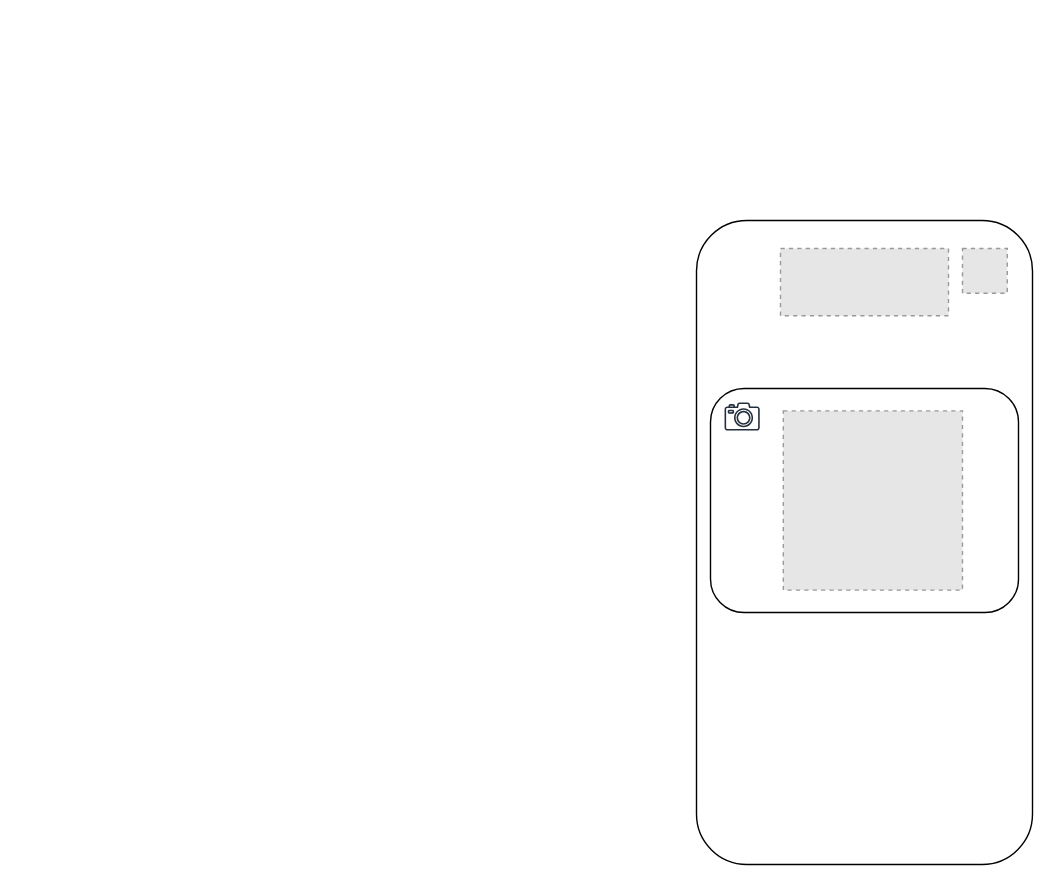
Before: page "QRScanScreen" (2 of 8) of System Design.drawio in Paul-Chrysis/QRoom-Controller, a draw.io diagram. Source tidied: cells renumbered, new cells numbered last; positions are measured from the earlier drawing's top-left corner, leaving out a move shared by most shapes. Both pictures are drawn from the tidied source at 140%, with x=0, y=0 at pixel (696, 220). Pictures stored in the file or linked from it are replaced by grey dashed boxes.
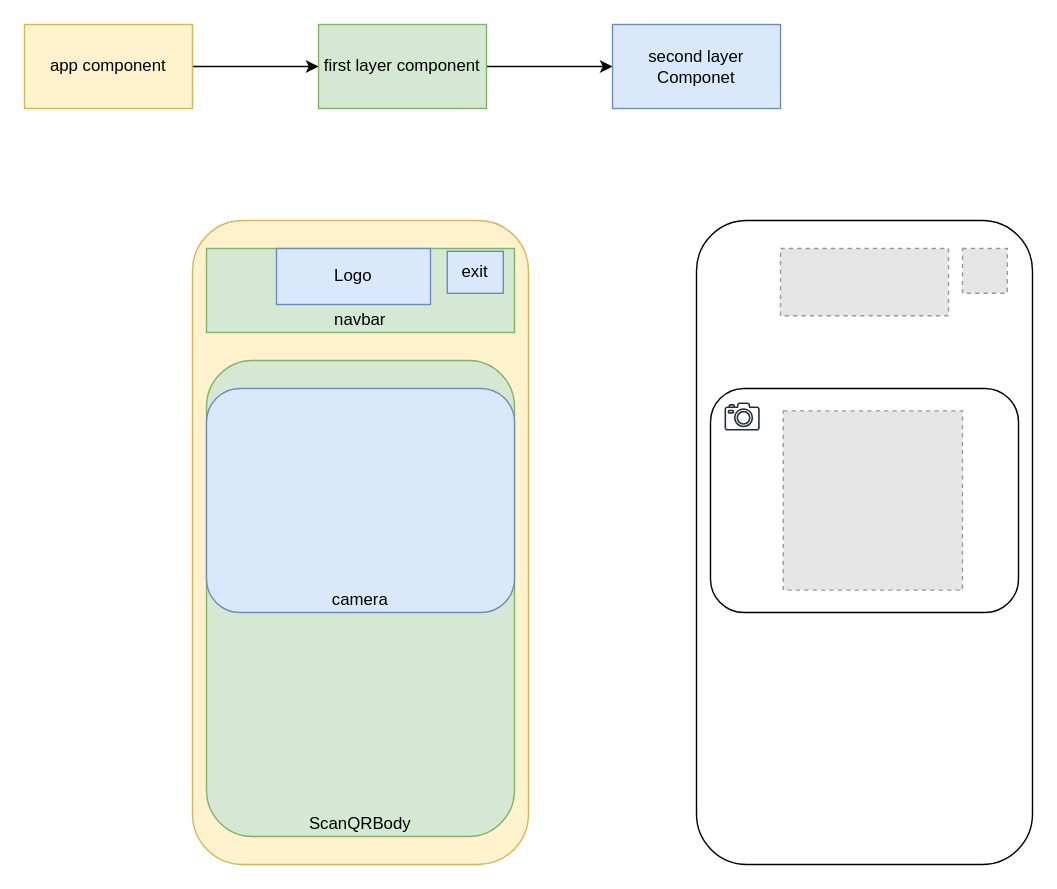
After the change.

Change to the diagram source:
```diff
@@
 <mxGraphModel>
   <root>
     <mxCell id="0" />
     <mxCell id="1" parent="0" />
     <mxCell id="2" style="rounded=1;whiteSpace=wrap;html=1;" parent="1" vertex="1">
       <mxGeometry width="240" height="460" as="geometry" />
     </mxCell>
     <mxCell id="3" style="rounded=1;whiteSpace=wrap;html=1;" parent="1" vertex="1">
       <mxGeometry x="10" y="120" width="220" height="160" as="geometry" />
     </mxCell>
     <mxCell id="4" style="fillColor=#E6E6E6;strokeColor=#999999;dashed=1;html=1;verticalAlign=top;verticalLabelPosition=bottom;labelBackgroundColor=#ffffff;" parent="1" vertex="1">
       <mxGeometry x="62" y="136" width="128" height="128" as="geometry" />
     </mxCell>
     <mxCell id="5" style="fillColor=#E6E6E6;strokeColor=#999999;dashed=1;html=1;verticalAlign=top;verticalLabelPosition=bottom;labelBackgroundColor=#ffffff;" parent="1" vertex="1">
       <mxGeometry x="190" y="20" width="32" height="32" as="geometry" />
     </mxCell>
     <mxCell id="6" style="sketch=0;fontColor=#232F3E;gradientColor=none;fillColor=#232F3D;strokeColor=none;dashed=0;verticalLabelPosition=bottom;verticalAlign=top;align=center;html=1;fontSize=12;fontStyle=0;shape=mxgraph.aws4.camera2;" parent="1" vertex="1">
       <mxGeometry x="20" y="130" width="25.2" height="20" as="geometry" />
     </mxCell>
     <mxCell id="7" style="fillColor=#E6E6E6;strokeColor=#999999;dashed=1;verticalLabelPosition=bottom;labelBackgroundColor=default;verticalAlign=top;" parent="1" vertex="1">
       <mxGeometry x="60" y="20" width="120" height="48" as="geometry" />
     </mxCell>
+    <mxCell id="8" style="rounded=1;whiteSpace=wrap;html=1;fillColor=#fff2cc;strokeColor=#d6b656;" parent="1" vertex="1">
+      <mxGeometry x="-360" width="240" height="460" as="geometry" />
+    </mxCell>
+    <mxCell id="9" value="ScanQRBody" style="rounded=1;whiteSpace=wrap;html=1;fillColor=#d5e8d4;strokeColor=#82b366;verticalAlign=bottom;" parent="1" vertex="1">
+      <mxGeometry x="-350" y="100" width="220" height="340" as="geometry" />
+    </mxCell>
+    <mxCell id="10" value="camera" style="rounded=1;whiteSpace=wrap;html=1;fillColor=#dae8fc;strokeColor=#6c8ebf;verticalAlign=bottom;" parent="1" vertex="1">
+      <mxGeometry x="-350" y="120" width="220" height="160" as="geometry" />
+    </mxCell>
+    <mxCell id="11" value="navbar" style="rounded=0;whiteSpace=wrap;html=1;fillColor=#d5e8d4;strokeColor=#82b366;verticalAlign=bottom;" parent="1" vertex="1">
+      <mxGeometry x="-350" y="20" width="220" height="60" as="geometry" />
+    </mxCell>
+    <mxCell id="12" value="exit" style="rounded=0;whiteSpace=wrap;html=1;fillColor=#dae8fc;strokeColor=#6c8ebf;" parent="1" vertex="1">
+      <mxGeometry x="-178" y="22" width="40" height="30" as="geometry" />
+    </mxCell>
+    <mxCell id="13" value="Logo" style="rounded=0;whiteSpace=wrap;html=1;fillColor=#dae8fc;strokeColor=#6c8ebf;" parent="1" vertex="1">
+      <mxGeometry x="-300" y="20" width="110" height="40" as="geometry" />
+    </mxCell>
+    <mxCell id="14" style="edgeStyle=orthogonalEdgeStyle;rounded=0;jettySize=auto;html=1;" parent="1" edge="1" source="15" target="16">
+      <mxGeometry relative="1" as="geometry" />
+    </mxCell>
+    <mxCell id="15" value="first layer component" style="rounded=0;whiteSpace=wrap;html=1;fillColor=#d5e8d4;strokeColor=#82b366;" parent="1" vertex="1">
+      <mxGeometry x="-270" y="-140" width="120" height="60" as="geometry" />
+    </mxCell>
+    <mxCell id="16" value="second layer Componet" style="rounded=0;whiteSpace=wrap;html=1;fillColor=#dae8fc;strokeColor=#6c8ebf;" parent="1" vertex="1">
+      <mxGeometry x="-60" y="-140" width="120" height="60" as="geometry" />
+    </mxCell>
+    <mxCell id="17" style="edgeStyle=orthogonalEdgeStyle;rounded=0;jettySize=auto;html=1;" parent="1" edge="1" source="18" target="15">
+      <mxGeometry relative="1" as="geometry" />
+    </mxCell>
+    <mxCell id="18" value="app component" style="rounded=0;whiteSpace=wrap;html=1;fillColor=#fff2cc;strokeColor=#d6b656;" parent="1" vertex="1">
+      <mxGeometry x="-480" y="-140" width="120" height="60" as="geometry" />
+    </mxCell>
   </root>
 </mxGraphModel>
```
